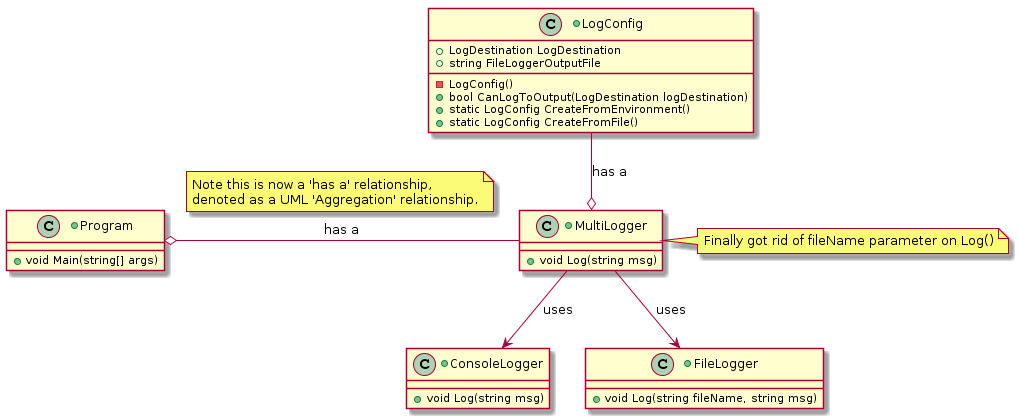
Earlier version of the PlantUML export Lesson 08 Uniform Log Formatting/images/Class-Diagram.png (cmps253/design-architecture).
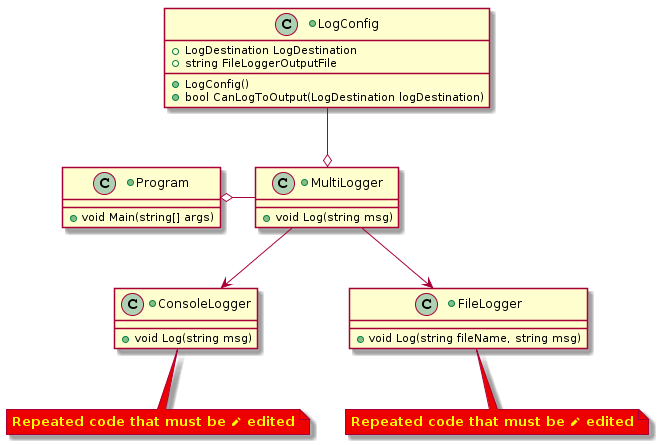
Later version of the same file.

Commit message:
minor bug fixes in content (not code), added lesson 8.0

Diff of the diagram source:
```diff
@@ -2,10 +2,11 @@
 +class ConsoleLogger {
   +void Log(string msg)
 }
+note bottom #ee0000: <font color=yellow><b>Repeated code that must be <&pencil> edited
 +class FileLogger {
   +void Log(string fileName, string msg)
 }
-
+note bottom #ee0000: <font color=yellow><b>Repeated code that must be <&pencil> edited
 +class MultiLogger {
   +void Log(string msg)
 }
@@ -15,21 +16,14 @@
 }
 
 +class LogConfig {
-    -LogConfig()
+    +LogConfig()
     +LogDestination LogDestination
     +bool CanLogToOutput(LogDestination logDestination)
     +string FileLoggerOutputFile
-    +static LogConfig CreateFromEnvironment()
-    +static LogConfig CreateFromFile()
 }
-Program o-right- MultiLogger : has a
-note top on link
-	Note this is now a 'has a' relationship,
-	denoted as a UML 'Aggregation' relationship.
-end note
-MultiLogger -down-> ConsoleLogger : uses
-MultiLogger -down-> FileLogger : uses
-MultiLogger o-up- LogConfig : has a
+Program o-right- MultiLogger
 
-note right of MultiLogger : Finally got rid of fileName parameter on Log()
+MultiLogger -down-> ConsoleLogger
+MultiLogger -down-> FileLogger
+MultiLogger o-up- LogConfig
 @enduml
```
